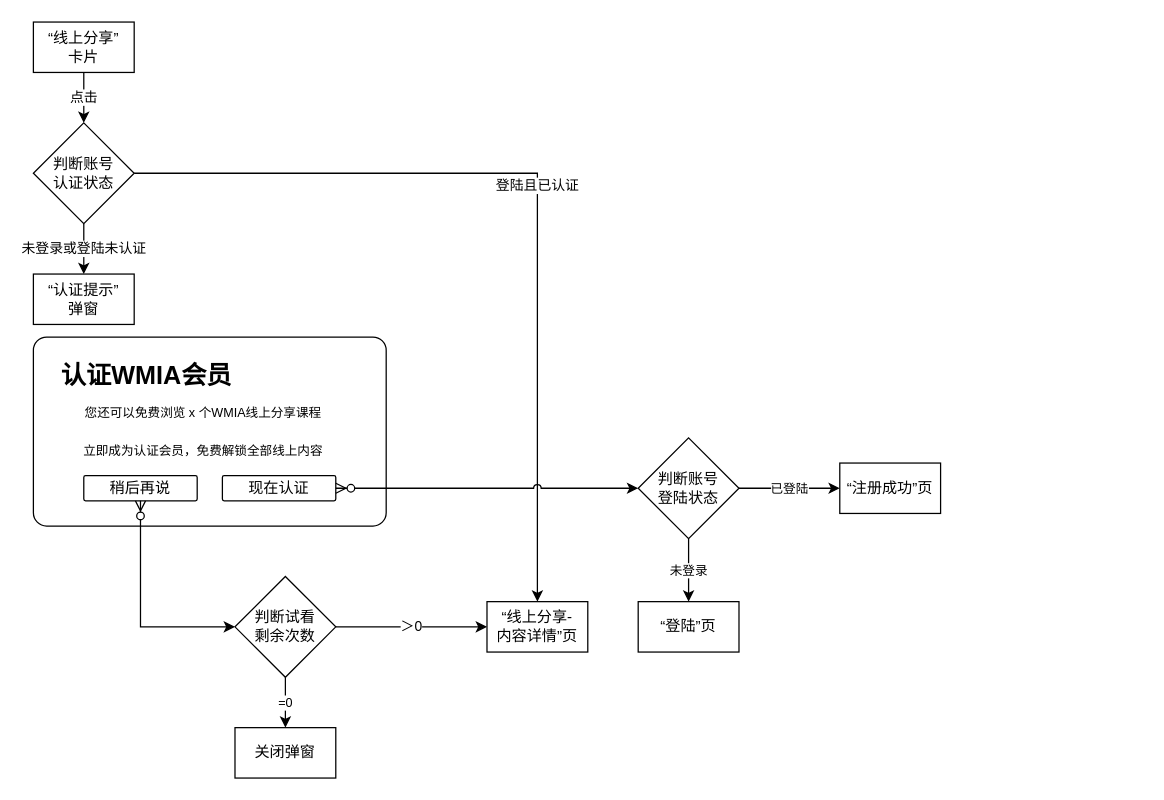
Above: page "线上分享入口的逻辑" (4 of 7) of miaDentist_P2.drawio in teengrouns/diagrams (draw.io), before the change. Source tidied: cells renumbered, new cells numbered last; positions are measured from the earlier drawing's top-left corner, leaving out a move shared by most shapes. Both pictures are drawn from the tidied source at 126%, with x=0, y=0 at pixel (33, 21).
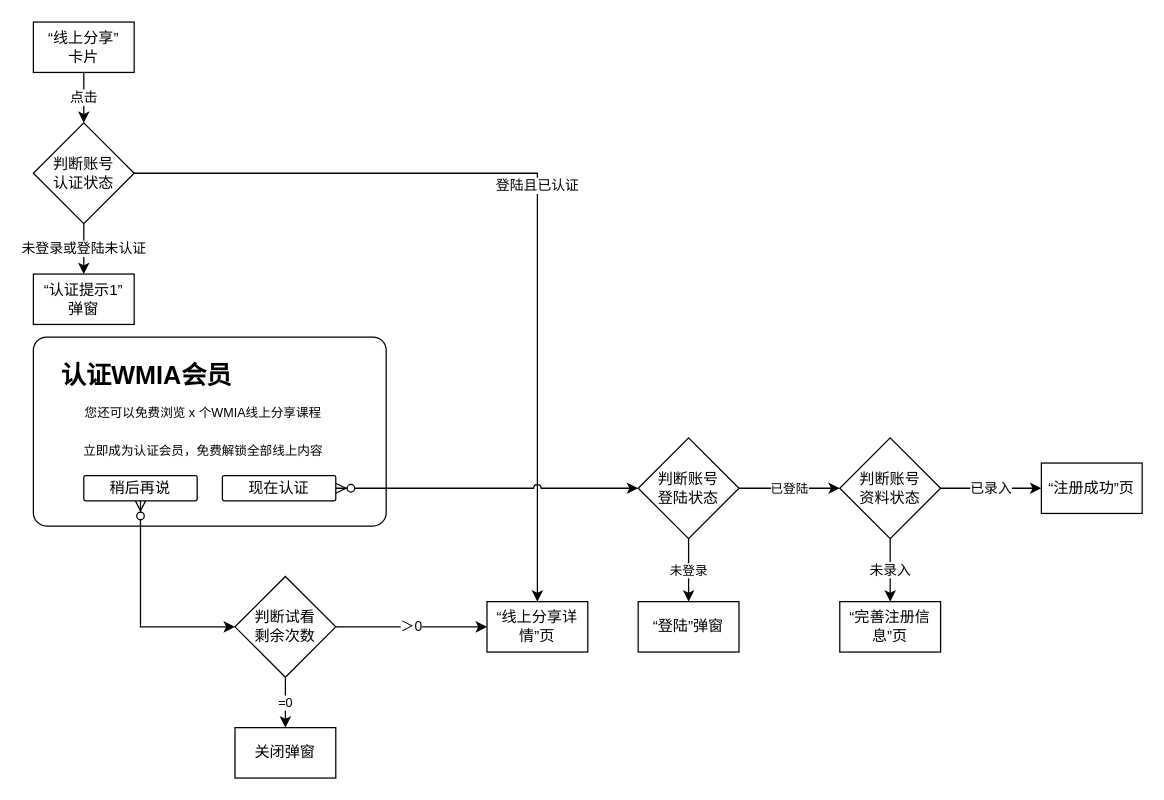
The same page after the edit.

Unchanged cells that the change refers to:
```xml
<mxCell id="24" value="判断账号&lt;br&gt;登陆状态" style="rhombus;whiteSpace=wrap;html=1;" parent="1" vertex="1">
  <mxGeometry x="480" y="330" width="80" height="80" as="geometry" />
</mxCell>
```

Change to the diagram source:
```diff
@@
-    <mxCell id="10" value="“线上分享-&lt;br&gt;内容详情”页" style="rounded=0;whiteSpace=wrap;html=1;" parent="1" vertex="1">
+    <mxCell id="10" value="“线上分享详情”页" style="rounded=0;whiteSpace=wrap;html=1;" parent="1" vertex="1">
       <mxGeometry x="360" y="460" width="80" height="40" as="geometry" />
     </mxCell>
-    <mxCell id="11" value="“认证提示”&lt;br&gt;弹窗" style="rounded=0;whiteSpace=wrap;html=1;" parent="1" vertex="1">
+    <mxCell id="11" value="“认证提示1”&lt;br&gt;弹窗" style="rounded=0;whiteSpace=wrap;html=1;" parent="1" vertex="1">
       <mxGeometry y="200" width="80" height="40" as="geometry" />
     </mxCell>
@@
-    <mxCell id="23" value="已登陆" style="edgeStyle=orthogonalEdgeStyle;rounded=0;jumpStyle=arc;jettySize=auto;html=1;entryX=0;entryY=0.5;entryDx=0;entryDy=0;fontSize=10;startArrow=none;startFill=0;" parent="1" edge="1" source="24" target="26">
+    <mxCell id="23" value="已登陆" style="edgeStyle=orthogonalEdgeStyle;rounded=0;jumpStyle=arc;jettySize=auto;html=1;entryX=0;entryY=0.5;entryDx=0;entryDy=0;fontSize=10;startArrow=none;startFill=0;" parent="1" edge="1" source="24" target="29">
       <mxGeometry relative="1" as="geometry" />
     </mxCell>
@@
-    <mxCell id="25" value="“登陆”页" style="rounded=0;whiteSpace=wrap;html=1;" parent="1" vertex="1">
+    <mxCell id="25" value="“登陆”弹窗" style="rounded=0;whiteSpace=wrap;html=1;" parent="1" vertex="1">
       <mxGeometry x="480" y="460" width="80" height="40" as="geometry" />
     </mxCell>
     <mxCell id="26" value="“注册成功”页" style="rounded=0;whiteSpace=wrap;html=1;" parent="1" vertex="1">
-      <mxGeometry x="640" y="350" width="80" height="40" as="geometry" />
+      <mxGeometry x="800" y="350" width="80" height="40" as="geometry" />
     </mxCell>
+    <mxCell id="27" value="已录入" style="edgeStyle=orthogonalEdgeStyle;rounded=0;jettySize=auto;html=1;entryX=0;entryY=0.5;entryDx=0;entryDy=0;" parent="1" edge="1" source="29" target="26">
+      <mxGeometry relative="1" as="geometry" />
+    </mxCell>
+    <mxCell id="28" value="未录入" style="edgeStyle=orthogonalEdgeStyle;rounded=0;jettySize=auto;html=1;entryX=0.5;entryY=0;entryDx=0;entryDy=0;" parent="1" edge="1" source="29" target="30">
+      <mxGeometry relative="1" as="geometry" />
+    </mxCell>
+    <mxCell id="29" value="判断账号&lt;br&gt;资料状态" style="rhombus;whiteSpace=wrap;html=1;" parent="1" vertex="1">
+      <mxGeometry x="640" y="330" width="80" height="80" as="geometry" />
+    </mxCell>
+    <mxCell id="30" value="“完善注册信息”页" style="rounded=0;whiteSpace=wrap;html=1;" parent="1" vertex="1">
+      <mxGeometry x="640" y="460" width="80" height="40" as="geometry" />
+    </mxCell>
```
